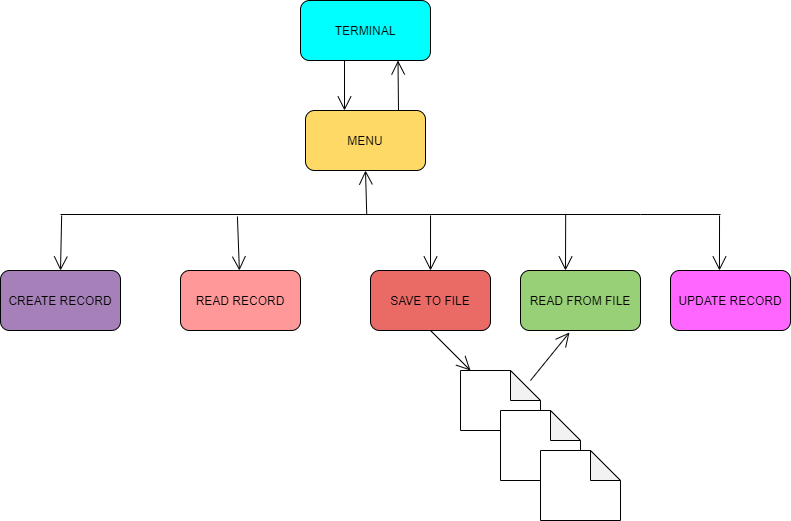
Above: Design/Architecture design.png in LoneWalker619/miniproject-1 (draw.io), before the change. Source tidied: cells renumbered, new cells last; positions are measured from the earlier drawing's top-left corner, leaving out a move shared by most shapes. Its diagram source:
```xml
<mxGraphModel>
  <root>
    <mxCell id="0" />
    <mxCell id="1" parent="0" />
    <mxCell id="2" value="TERMINAL" style="rounded=1;whiteSpace=wrap;html=1;fillColor=#00FFFF;" parent="1" vertex="1">
      <mxGeometry x="300" width="130" height="60" as="geometry" />
    </mxCell>
    <mxCell id="3" style="endArrow=open;endFill=1;endSize=12;html=1;" parent="1" edge="1">
      <mxGeometry relative="1" as="geometry">
        <mxPoint x="344" y="60" as="sourcePoint" />
        <mxPoint x="344" y="110" as="targetPoint" />
      </mxGeometry>
    </mxCell>
    <mxCell id="4" style="endArrow=open;endFill=1;endSize=12;html=1;entryX=0.75;entryY=1;entryDx=0;entryDy=0;" parent="1" edge="1" target="2">
      <mxGeometry relative="1" as="geometry">
        <mxPoint x="398" y="110" as="sourcePoint" />
      </mxGeometry>
    </mxCell>
    <mxCell id="5" value="MENU" style="rounded=1;whiteSpace=wrap;html=1;fillColor=#FFD966;" parent="1" vertex="1">
      <mxGeometry x="305" y="110" width="120" height="60" as="geometry" />
    </mxCell>
    <mxCell id="6" style="endArrow=open;endFill=1;endSize=12;html=1;entryX=0.5;entryY=1;entryDx=0;entryDy=0;exitX=0.528;exitY=0.5;exitDx=0;exitDy=0;exitPerimeter=0;" parent="1" edge="1" source="7" target="5">
      <mxGeometry relative="1" as="geometry" />
    </mxCell>
    <mxCell id="7" style="line;strokeWidth=1;fillColor=none;align=left;verticalAlign=middle;spacingTop=-1;spacingLeft=3;spacingRight=3;labelPosition=right;points=[];portConstraint=eastwest;" parent="1" vertex="1">
      <mxGeometry x="60" y="210" width="580" height="8" as="geometry" />
    </mxCell>
    <mxCell id="8" style="endArrow=open;endFill=1;endSize=12;html=1;exitX=0.002;exitY=0.625;exitDx=0;exitDy=0;exitPerimeter=0;" parent="1" edge="1" source="7">
      <mxGeometry relative="1" as="geometry">
        <mxPoint x="60" y="270" as="targetPoint" />
      </mxGeometry>
    </mxCell>
    <mxCell id="9" value="CREATE RECORD" style="rounded=1;whiteSpace=wrap;html=1;fillColor=#A680B8;" parent="1" vertex="1">
      <mxGeometry y="270" width="120" height="60" as="geometry" />
    </mxCell>
    <mxCell id="10" style="endArrow=open;endFill=1;endSize=12;html=1;exitX=0.305;exitY=0.75;exitDx=0;exitDy=0;exitPerimeter=0;" parent="1" edge="1" source="7" target="11">
      <mxGeometry relative="1" as="geometry" />
    </mxCell>
    <mxCell id="11" value="READ RECORD" style="rounded=1;whiteSpace=wrap;html=1;fillColor=#FF9999;" parent="1" vertex="1">
      <mxGeometry x="180" y="270" width="120" height="60" as="geometry" />
    </mxCell>
    <mxCell id="12" value="SAVE TO FILE" style="rounded=1;whiteSpace=wrap;html=1;fillColor=#EA6B66;" parent="1" vertex="1">
      <mxGeometry x="370" y="270" width="120" height="60" as="geometry" />
    </mxCell>
    <mxCell id="13" value="READ FROM FILE" style="rounded=1;whiteSpace=wrap;html=1;fillColor=#97D077;" parent="1" vertex="1">
      <mxGeometry x="520" y="270" width="120" height="60" as="geometry" />
    </mxCell>
    <mxCell id="14" style="endArrow=open;endFill=1;endSize=12;html=1;entryX=0.5;entryY=0;entryDx=0;entryDy=0;exitX=0.638;exitY=0.625;exitDx=0;exitDy=0;exitPerimeter=0;" parent="1" edge="1" source="7" target="12">
      <mxGeometry relative="1" as="geometry" />
    </mxCell>
    <mxCell id="15" style="endArrow=open;endFill=1;endSize=12;html=1;exitX=0.871;exitY=0.5;exitDx=0;exitDy=0;exitPerimeter=0;" parent="1" edge="1" source="7">
      <mxGeometry relative="1" as="geometry">
        <mxPoint x="565" y="270" as="targetPoint" />
      </mxGeometry>
    </mxCell>
    <mxCell id="16" style="endArrow=open;endFill=1;endSize=12;html=1;exitX=0.5;exitY=1;exitDx=0;exitDy=0;" parent="1" edge="1" source="12" target="17">
      <mxGeometry relative="1" as="geometry" />
    </mxCell>
    <mxCell id="17" style="shape=note;whiteSpace=wrap;html=1;backgroundOutline=1;darkOpacity=0.05;" parent="1" vertex="1">
      <mxGeometry x="460" y="370" width="80" height="60" as="geometry" />
    </mxCell>
    <mxCell id="18" style="shape=note;whiteSpace=wrap;html=1;backgroundOutline=1;darkOpacity=0.05;" parent="1" vertex="1">
      <mxGeometry x="500" y="410" width="80" height="70" as="geometry" />
    </mxCell>
    <mxCell id="19" style="shape=note;whiteSpace=wrap;html=1;backgroundOutline=1;darkOpacity=0.05;" parent="1" vertex="1">
      <mxGeometry x="540" y="450" width="80" height="70" as="geometry" />
    </mxCell>
    <mxCell id="20" style="endArrow=open;endFill=1;endSize=12;html=1;entryX=0.408;entryY=1.033;entryDx=0;entryDy=0;entryPerimeter=0;" parent="1" edge="1" target="13">
      <mxGeometry relative="1" as="geometry">
        <mxPoint x="530" y="380" as="sourcePoint" />
      </mxGeometry>
    </mxCell>
    <mxCell id="21" style="line;strokeWidth=1;fillColor=none;align=left;verticalAlign=middle;spacingTop=-1;spacingLeft=3;spacingRight=3;labelPosition=right;points=[];portConstraint=eastwest;" parent="1" vertex="1">
      <mxGeometry x="640" y="210" width="80" height="8" as="geometry" />
    </mxCell>
    <mxCell id="22" style="endArrow=open;endFill=1;endSize=12;html=1;exitX=0.988;exitY=0.625;exitDx=0;exitDy=0;exitPerimeter=0;entryX=0.408;entryY=0;entryDx=0;entryDy=0;entryPerimeter=0;" parent="1" edge="1" source="21" target="23">
      <mxGeometry relative="1" as="geometry" />
    </mxCell>
    <mxCell id="23" value="UPDATE RECORD" style="rounded=1;whiteSpace=wrap;html=1;fillColor=#FF66FF;" parent="1" vertex="1">
      <mxGeometry x="670" y="270" width="120" height="60" as="geometry" />
    </mxCell>
  </root>
</mxGraphModel>
```
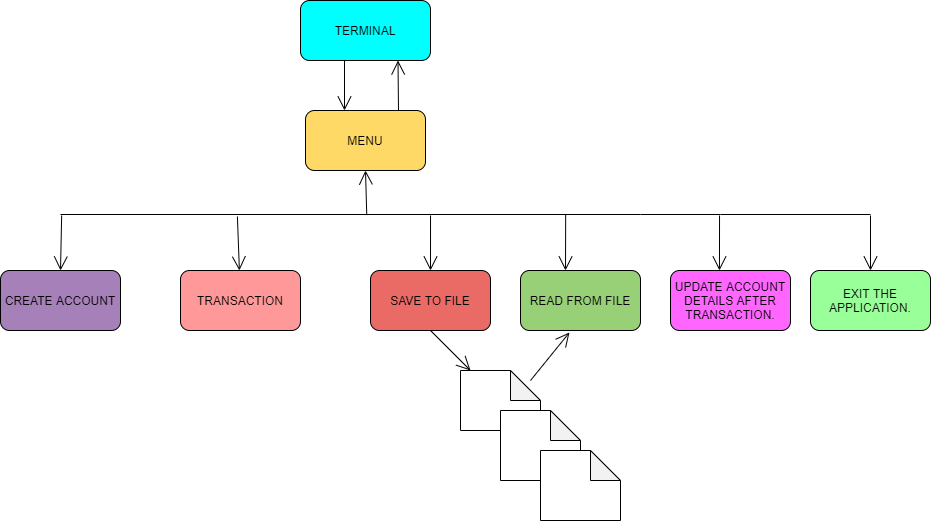
The same file after the commit.

Diff of the diagram source:
```diff
@@ -30,13 +30,13 @@
         <mxPoint x="60" y="270" as="targetPoint" />
       </mxGeometry>
     </mxCell>
-    <mxCell id="9" value="CREATE RECORD" style="rounded=1;whiteSpace=wrap;html=1;fillColor=#A680B8;" parent="1" vertex="1">
+    <mxCell id="9" value="CREATE ACCOUNT" style="rounded=1;whiteSpace=wrap;html=1;fillColor=#A680B8;" parent="1" vertex="1">
       <mxGeometry y="270" width="120" height="60" as="geometry" />
     </mxCell>
     <mxCell id="10" style="endArrow=open;endFill=1;endSize=12;html=1;exitX=0.305;exitY=0.75;exitDx=0;exitDy=0;exitPerimeter=0;" parent="1" edge="1" source="7" target="11">
       <mxGeometry relative="1" as="geometry" />
     </mxCell>
-    <mxCell id="11" value="READ RECORD" style="rounded=1;whiteSpace=wrap;html=1;fillColor=#FF9999;" parent="1" vertex="1">
+    <mxCell id="11" value="TRANSACTION" style="rounded=1;whiteSpace=wrap;html=1;fillColor=#FF9999;" parent="1" vertex="1">
       <mxGeometry x="180" y="270" width="120" height="60" as="geometry" />
     </mxCell>
     <mxCell id="12" value="SAVE TO FILE" style="rounded=1;whiteSpace=wrap;html=1;fillColor=#EA6B66;" parent="1" vertex="1">
@@ -76,8 +76,17 @@
     <mxCell id="22" style="endArrow=open;endFill=1;endSize=12;html=1;exitX=0.988;exitY=0.625;exitDx=0;exitDy=0;exitPerimeter=0;entryX=0.408;entryY=0;entryDx=0;entryDy=0;entryPerimeter=0;" parent="1" edge="1" source="21" target="23">
       <mxGeometry relative="1" as="geometry" />
     </mxCell>
-    <mxCell id="23" value="UPDATE RECORD" style="rounded=1;whiteSpace=wrap;html=1;fillColor=#FF66FF;" parent="1" vertex="1">
+    <mxCell id="23" value="UPDATE ACCOUNT DETAILS AFTER TRANSACTION." style="rounded=1;whiteSpace=wrap;html=1;fillColor=#FF66FF;" parent="1" vertex="1">
       <mxGeometry x="670" y="270" width="120" height="60" as="geometry" />
     </mxCell>
+    <mxCell id="24" style="line;strokeWidth=1;fillColor=none;align=left;verticalAlign=middle;spacingTop=-1;spacingLeft=3;spacingRight=3;labelPosition=right;points=[];portConstraint=eastwest;" parent="1" vertex="1">
+      <mxGeometry x="720" y="179" width="150" height="70" as="geometry" />
+    </mxCell>
+    <mxCell id="25" style="endArrow=open;endFill=1;endSize=12;html=1;exitX=1;exitY=0.514;exitDx=0;exitDy=0;exitPerimeter=0;" parent="1" edge="1" source="24" target="26">
+      <mxGeometry relative="1" as="geometry" />
+    </mxCell>
+    <mxCell id="26" value="EXIT THE APPLICATION." style="rounded=1;whiteSpace=wrap;html=1;fillColor=#99FF99;" parent="1" vertex="1">
+      <mxGeometry x="810" y="270" width="120" height="60" as="geometry" />
+    </mxCell>
   </root>
 </mxGraphModel>
```
